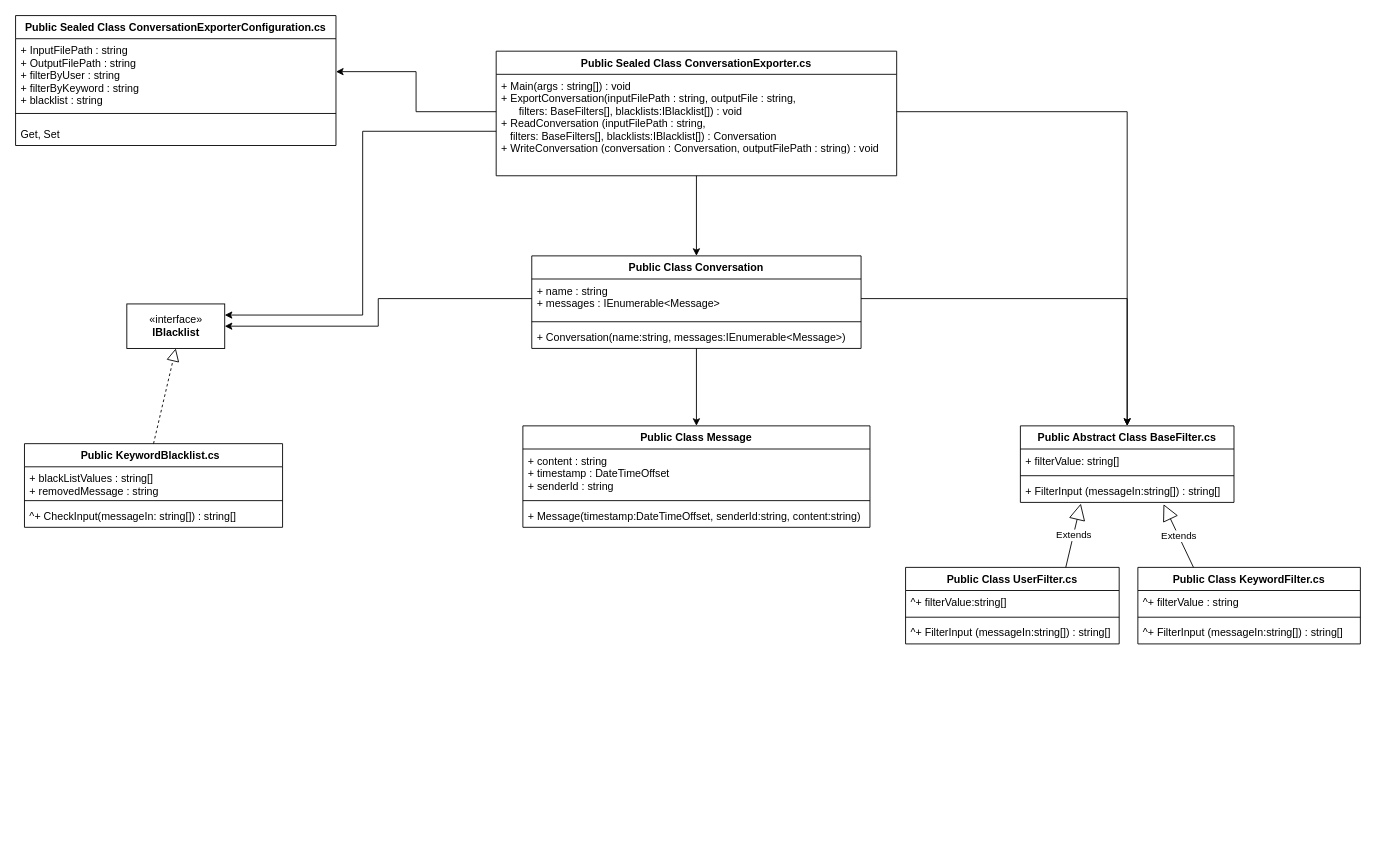
Before: MyChat UML.drawio in mindlink/my-chat-dotnet, a draw.io diagram. Source tidied: cells renumbered, new cells numbered last; positions are measured from the earlier drawing's top-left corner, leaving out a move shared by most shapes. Both pictures are drawn from the tidied source at 89%, with x=0, y=0 at pixel (15, 15).
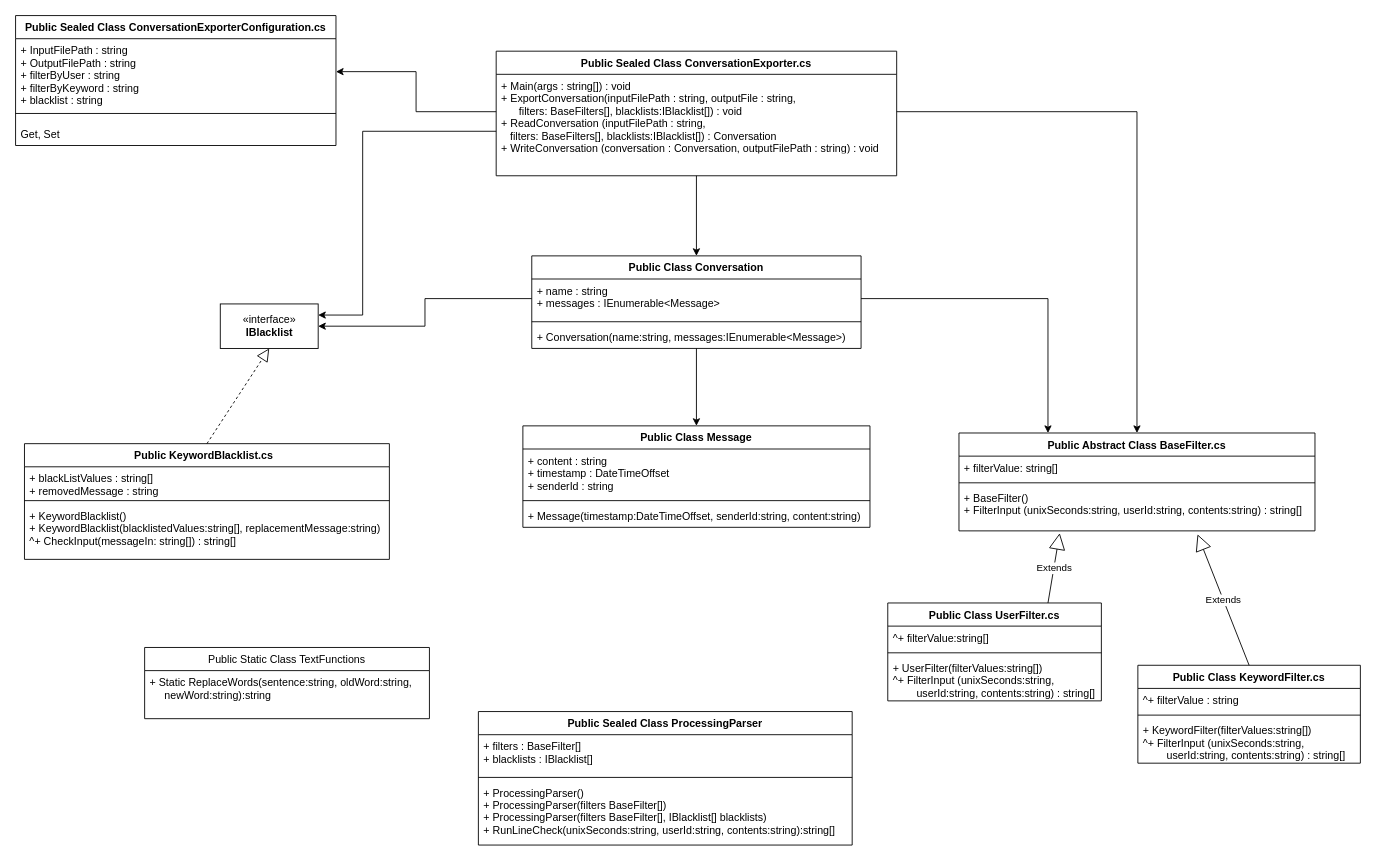
The same diagram, later.

The change refers to these unchanged cells:
```xml
<mxCell id="10" value="+ name : string&#10;+ messages : IEnumerable&lt;Message&gt;" style="text;strokeColor=none;fillColor=none;align=left;verticalAlign=top;spacingLeft=4;spacingRight=4;overflow=hidden;points=[[0,0.5],[1,0.5]];portConstraint=eastwest;" parent="9" vertex="1">
  <mxGeometry y="26" width="370" height="44" as="geometry" />
</mxCell>
```

Change to the diagram source:
```diff
@@
     <mxCell id="21" value="Public Abstract Class BaseFilter.cs" style="swimlane;fontStyle=1;align=center;verticalAlign=top;horizontal=1;startSize=26;" parent="1" vertex="1">
-      <mxGeometry x="1129" y="461" width="240" height="86" as="geometry" />
+      <mxGeometry x="1060" y="469" width="400" height="110" as="geometry" />
     </mxCell>
     <mxCell id="22" value="+ filterValue: string[]" style="text;strokeColor=none;fillColor=none;align=left;verticalAlign=top;spacingLeft=4;spacingRight=4;overflow=hidden;" parent="21" vertex="1">
-      <mxGeometry y="26" width="240" height="26" as="geometry" />
+      <mxGeometry y="26" width="400" height="26" as="geometry" />
     </mxCell>
     <mxCell id="23" style="line;strokeWidth=1;fillColor=none;align=left;verticalAlign=middle;spacingTop=-1;spacingLeft=3;spacingRight=3;labelPosition=right;" parent="21" vertex="1">
-      <mxGeometry y="52" width="240" height="8" as="geometry" />
+      <mxGeometry y="52" width="400" height="8" as="geometry" />
     </mxCell>
-    <mxCell id="24" value="+ FilterInput (messageIn:string[]) : string[]" style="text;strokeColor=none;fillColor=none;align=left;verticalAlign=top;spacingLeft=4;spacingRight=4;overflow=hidden;points=[[0,0.5],[1,0.5]];portConstraint=eastwest;" parent="21" vertex="1">
-      <mxGeometry y="60" width="240" height="26" as="geometry" />
+    <mxCell id="24" value="+ BaseFilter()&#10;+ FilterInput (unixSeconds:string, userId:string, contents:string) : string[]" style="text;strokeColor=none;fillColor=none;align=left;verticalAlign=top;spacingLeft=4;spacingRight=4;overflow=hidden;points=[[0,0.5],[1,0.5]];portConstraint=eastwest;" parent="21" vertex="1">
+      <mxGeometry y="60" width="400" height="50" as="geometry" />
     </mxCell>
     <mxCell id="25" value="Public Class UserFilter.cs" style="swimlane;fontStyle=1;align=center;verticalAlign=top;horizontal=1;startSize=26;" parent="1" vertex="1">
-      <mxGeometry x="1000" y="620" width="240" height="86" as="geometry" />
+      <mxGeometry x="980" y="660" width="240" height="110" as="geometry" />
     </mxCell>
@@
-    <mxCell id="28" value="^+ FilterInput (messageIn:string[]) : string[]" style="text;strokeColor=none;fillColor=none;align=left;verticalAlign=top;spacingLeft=4;spacingRight=4;overflow=hidden;" parent="25" vertex="1">
-      <mxGeometry y="60" width="240" height="26" as="geometry" />
+    <mxCell id="28" value="+ UserFilter(filterValues:string[])&#10;^+ FilterInput (unixSeconds:string, &#10;        userId:string, contents:string) : string[]" style="text;strokeColor=none;fillColor=none;align=left;verticalAlign=top;spacingLeft=4;spacingRight=4;overflow=hidden;" parent="25" vertex="1">
+      <mxGeometry y="60" width="240" height="50" as="geometry" />
     </mxCell>
@@
     <mxCell id="30" value="Public Class KeywordFilter.cs" style="swimlane;fontStyle=1;align=center;verticalAlign=top;horizontal=1;startSize=26;" parent="1" vertex="1">
-      <mxGeometry x="1261" y="620" width="250" height="86" as="geometry" />
+      <mxGeometry x="1261" y="730" width="250" height="110" as="geometry" />
     </mxCell>
@@
-    <mxCell id="33" value="^+ FilterInput (messageIn:string[]) : string[]" style="text;strokeColor=none;fillColor=none;align=left;verticalAlign=top;spacingLeft=4;spacingRight=4;overflow=hidden;" parent="30" vertex="1">
-      <mxGeometry y="60" width="250" height="26" as="geometry" />
+    <mxCell id="33" value="+ KeywordFilter(filterValues:string[])&#10;^+ FilterInput (unixSeconds:string, &#10;        userId:string, contents:string) : string[]" style="text;strokeColor=none;fillColor=none;align=left;verticalAlign=top;spacingLeft=4;spacingRight=4;overflow=hidden;" parent="30" vertex="1">
+      <mxGeometry y="60" width="250" height="50" as="geometry" />
     </mxCell>
-    <mxCell id="34" value="Extends" style="endArrow=block;endSize=16;endFill=0;html=1;entryX=0.67;entryY=1.077;entryDx=0;entryDy=0;exitX=0.25;exitY=0;exitDx=0;exitDy=0;entryPerimeter=0;" parent="1" edge="1" source="30" target="24">
+    <mxCell id="34" value="Extends" style="endArrow=block;endSize=16;endFill=0;html=1;entryX=0.67;entryY=1.077;entryDx=0;entryDy=0;exitX=0.5;exitY=0;exitDx=0;exitDy=0;entryPerimeter=0;" parent="1" edge="1" source="30" target="24">
       <mxGeometry relative="1" as="geometry" />
     </mxCell>
-    <mxCell id="35" style="edgeStyle=orthogonalEdgeStyle;rounded=0;jettySize=auto;html=1;entryX=0.5;entryY=0;entryDx=0;entryDy=0;" parent="1" edge="1" source="10" target="21">
-      <mxGeometry relative="1" as="geometry" />
+    <mxCell id="35" style="edgeStyle=orthogonalEdgeStyle;rounded=0;jettySize=auto;html=1;entryX=0.25;entryY=0;entryDx=0;entryDy=0;" parent="1" edge="1" source="10" target="21">
+      <mxGeometry relative="1" as="geometry">
+        <Array as="points">
+          <mxPoint x="1160" y="318" />
+        </Array>
+      </mxGeometry>
     </mxCell>
     <mxCell id="36" value="Public KeywordBlacklist.cs  " style="swimlane;fontStyle=1;align=center;verticalAlign=top;horizontal=1;startSize=26;" parent="1" vertex="1">
-      <mxGeometry x="10" y="481" width="290" height="94" as="geometry" />
+      <mxGeometry x="10" y="481" width="410" height="130" as="geometry" />
     </mxCell>
     <mxCell id="37" value="+ blackListValues : string[]&#10;+ removedMessage : string" style="text;strokeColor=none;fillColor=none;align=left;verticalAlign=top;spacingLeft=4;spacingRight=4;overflow=hidden;" parent="36" vertex="1">
-      <mxGeometry y="26" width="290" height="34" as="geometry" />
+      <mxGeometry y="26" width="410" height="34" as="geometry" />
     </mxCell>
     <mxCell id="38" style="line;strokeWidth=1;fillColor=none;align=left;verticalAlign=middle;spacingTop=-1;spacingLeft=3;spacingRight=3;labelPosition=right;" parent="36" vertex="1">
-      <mxGeometry y="60" width="290" height="8" as="geometry" />
+      <mxGeometry y="60" width="410" height="8" as="geometry" />
     </mxCell>
-    <mxCell id="39" value="^+ CheckInput(messageIn: string[]) : string[]" style="text;strokeColor=none;fillColor=none;align=left;verticalAlign=top;spacingLeft=4;spacingRight=4;overflow=hidden;" parent="36" vertex="1">
-      <mxGeometry y="68" width="290" height="26" as="geometry" />
+    <mxCell id="39" value="+ KeywordBlacklist()&#10;+ KeywordBlacklist(blacklistedValues:string[], replacementMessage:string)&#10;^+ CheckInput(messageIn: string[]) : string[]" style="text;strokeColor=none;fillColor=none;align=left;verticalAlign=top;spacingLeft=4;spacingRight=4;overflow=hidden;" parent="36" vertex="1">
+      <mxGeometry y="68" width="410" height="62" as="geometry" />
     </mxCell>
     <mxCell id="40" value="«interface»&lt;br&gt;&lt;b&gt;IBlacklist&lt;/b&gt;" style="html=1;" parent="1" vertex="1">
-      <mxGeometry x="125" y="324" width="110" height="50" as="geometry" />
+      <mxGeometry x="230" y="324" width="110" height="50" as="geometry" />
     </mxCell>
@@
+    <mxCell id="43" value="Public Sealed Class ProcessingParser" style="swimlane;fontStyle=1;align=center;verticalAlign=top;horizontal=1;startSize=26;" parent="1" vertex="1">
+      <mxGeometry x="520" y="782" width="420" height="150" as="geometry" />
+    </mxCell>
+    <mxCell id="44" value="+ filters : BaseFilter[]&#10;+ blacklists : IBlacklist[]" style="text;strokeColor=none;fillColor=none;align=left;verticalAlign=top;spacingLeft=4;spacingRight=4;overflow=hidden;" parent="43" vertex="1">
+      <mxGeometry y="26" width="420" height="44" as="geometry" />
+    </mxCell>
+    <mxCell id="45" style="line;strokeWidth=1;fillColor=none;align=left;verticalAlign=middle;spacingTop=-1;spacingLeft=3;spacingRight=3;labelPosition=right;" parent="43" vertex="1">
+      <mxGeometry y="70" width="420" height="8" as="geometry" />
+    </mxCell>
+    <mxCell id="46" value="+ ProcessingParser()&#10;+ ProcessingParser(filters BaseFilter[])&#10;+ ProcessingParser(filters BaseFilter[], IBlacklist[] blacklists)&#10;+ RunLineCheck(unixSeconds:string, userId:string, contents:string):string[]" style="text;strokeColor=none;fillColor=none;align=left;verticalAlign=top;spacingLeft=4;spacingRight=4;overflow=hidden;" parent="43" vertex="1">
+      <mxGeometry y="78" width="420" height="72" as="geometry" />
+    </mxCell>
+    <mxCell id="47" value="Public Static Class TextFunctions" style="swimlane;fontStyle=0;horizontal=1;startSize=26;fillColor=none;" parent="1" vertex="1">
+      <mxGeometry x="145" y="710" width="320" height="80" as="geometry" />
+    </mxCell>
+    <mxCell id="48" value="+ Static ReplaceWords(sentence:string, oldWord:string,&#10;     newWord:string):string" style="text;strokeColor=none;fillColor=none;align=left;verticalAlign=top;spacingLeft=4;spacingRight=4;overflow=hidden;" parent="47" vertex="1">
+      <mxGeometry y="26" width="320" height="54" as="geometry" />
+    </mxCell>
```
